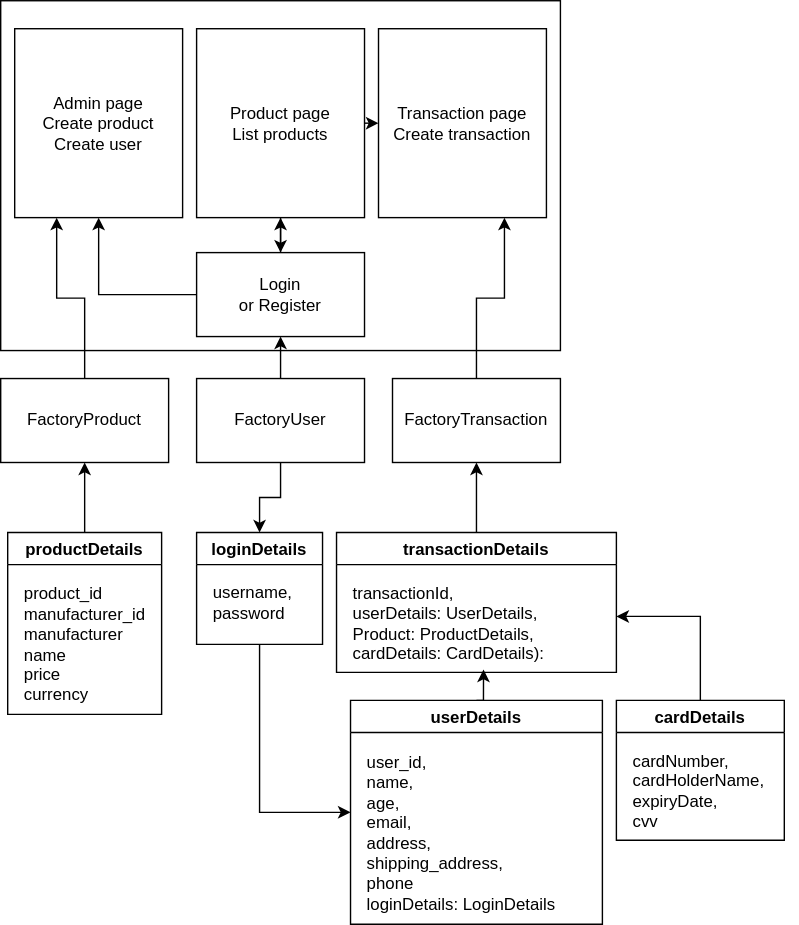
Earlier version of the draw.io export flowcharts/flowchart_draft_1.svg (FrodeMog/Uge5). Source tidied: cells renumbered, new cells last; positions are measured from the earlier drawing's top-left corner, leaving out a move shared by most shapes.
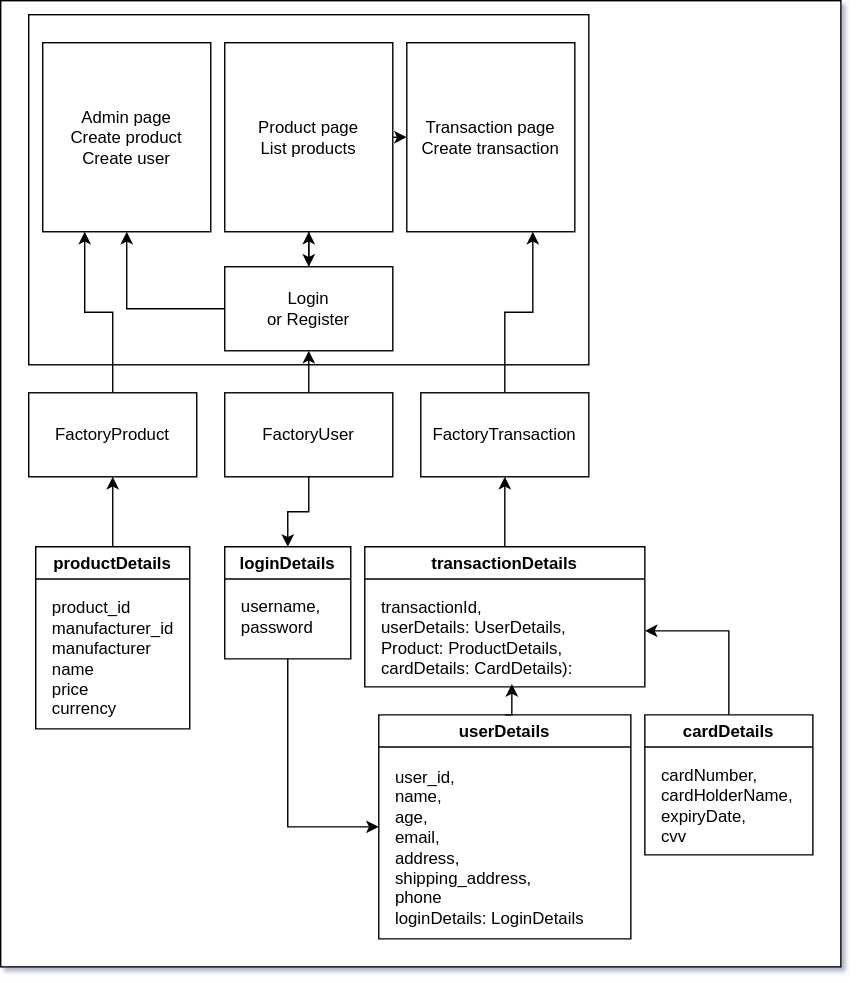
After the change.

Commit message:
add white background

What changed in the source:
```diff
@@ -1,7 +1,10 @@
-<mxGraphModel>
+<mxGraphModel background="#FFFFFF" shadow="1">
   <root>
     <mxCell id="0" />
     <mxCell id="1" parent="0" />
+    <mxCell id="33" style="rounded=0;whiteSpace=wrap;html=1;" parent="1" vertex="1">
+      <mxGeometry x="-20" y="-10" width="600" height="690" as="geometry" />
+    </mxCell>
     <mxCell id="2" style="rounded=0;whiteSpace=wrap;html=1;" parent="1" vertex="1">
       <mxGeometry width="400" height="250" as="geometry" />
     </mxCell>
```
